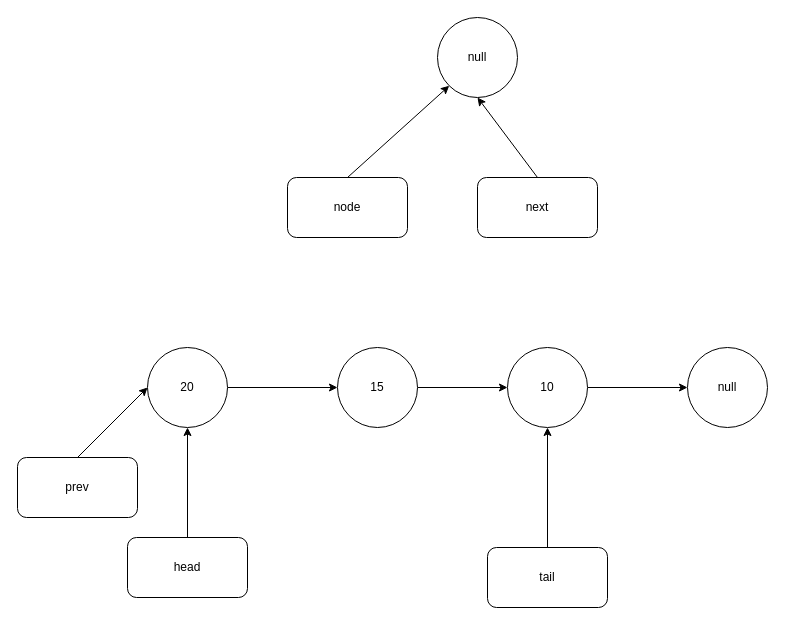
The draw.io diagram public/dataStructure/linkedList.drawio in RHUK2/blog, before the edit. Source tidied: cells renumbered, new cells numbered last; positions are measured from the earlier drawing's top-left corner, leaving out a move shared by most shapes. Both pictures are drawn from the tidied source at 100%, with x=0, y=0 at pixel (17, 17).
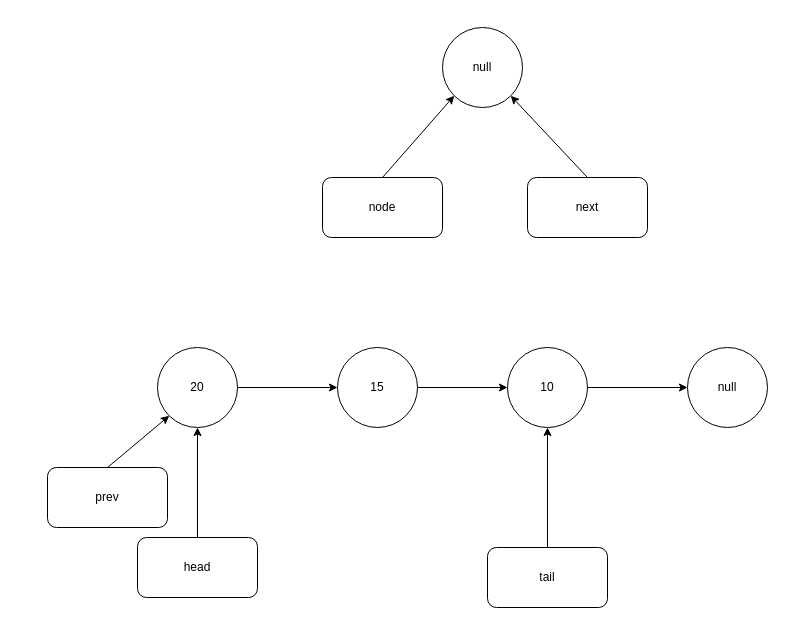
The same page after the edit.

Change to the diagram source:
```diff
@@
 <mxGraphModel>
   <root>
     <mxCell id="0" />
     <mxCell id="1" parent="0" />
     <mxCell id="2" style="edgeStyle=none;html=1;entryX=0;entryY=0.5;entryDx=0;entryDy=0;" parent="1" edge="1" source="3" target="13">
       <mxGeometry relative="1" as="geometry" />
     </mxCell>
     <mxCell id="3" value="10" style="ellipse;whiteSpace=wrap;html=1;" parent="1" vertex="1">
       <mxGeometry x="490" y="330" width="80" height="80" as="geometry" />
     </mxCell>
-    <mxCell id="4" style="edgeStyle=none;html=1;exitX=0.5;exitY=0;exitDx=0;exitDy=0;entryX=0.5;entryY=1;entryDx=0;entryDy=0;" parent="1" edge="1" source="5" target="12">
+    <mxCell id="4" style="edgeStyle=none;html=1;exitX=0.5;exitY=0;exitDx=0;exitDy=0;entryX=1;entryY=1;entryDx=0;entryDy=0;" parent="1" edge="1" source="5" target="12">
       <mxGeometry relative="1" as="geometry" />
     </mxCell>
     <mxCell id="5" value="next" style="rounded=1;whiteSpace=wrap;html=1;" parent="1" vertex="1">
-      <mxGeometry x="460" y="160" width="120" height="60" as="geometry" />
+      <mxGeometry x="510" y="160" width="120" height="60" as="geometry" />
     </mxCell>
-    <mxCell id="6" style="edgeStyle=none;html=1;exitX=0.5;exitY=0;exitDx=0;exitDy=0;entryX=0;entryY=0.5;entryDx=0;entryDy=0;" parent="1" edge="1" source="7" target="11">
+    <mxCell id="6" style="edgeStyle=none;html=1;exitX=0.5;exitY=0;exitDx=0;exitDy=0;entryX=0;entryY=1;entryDx=0;entryDy=0;" parent="1" edge="1" source="7" target="11">
       <mxGeometry relative="1" as="geometry" />
     </mxCell>
     <mxCell id="7" value="prev" style="rounded=1;whiteSpace=wrap;html=1;" parent="1" vertex="1">
-      <mxGeometry y="440" width="120" height="60" as="geometry" />
+      <mxGeometry x="30" y="450" width="120" height="60" as="geometry" />
     </mxCell>
     <mxCell id="8" style="edgeStyle=none;html=1;entryX=0;entryY=0.5;entryDx=0;entryDy=0;exitX=1;exitY=0.5;exitDx=0;exitDy=0;" parent="1" edge="1" source="9" target="3">
       <mxGeometry relative="1" as="geometry" />
     </mxCell>
     <mxCell id="9" value="15" style="ellipse;whiteSpace=wrap;html=1;" parent="1" vertex="1">
       <mxGeometry x="320" y="330" width="80" height="80" as="geometry" />
     </mxCell>
     <mxCell id="10" style="edgeStyle=none;html=1;exitX=1;exitY=0.5;exitDx=0;exitDy=0;entryX=0;entryY=0.5;entryDx=0;entryDy=0;" parent="1" edge="1" source="11" target="9">
       <mxGeometry relative="1" as="geometry" />
     </mxCell>
     <mxCell id="11" value="20" style="ellipse;whiteSpace=wrap;html=1;" parent="1" vertex="1">
-      <mxGeometry x="130" y="330" width="80" height="80" as="geometry" />
+      <mxGeometry x="140" y="330" width="80" height="80" as="geometry" />
     </mxCell>
     <mxCell id="12" value="null" style="ellipse;whiteSpace=wrap;html=1;" parent="1" vertex="1">
-      <mxGeometry x="420" width="80" height="80" as="geometry" />
+      <mxGeometry x="425" y="10" width="80" height="80" as="geometry" />
     </mxCell>
     <mxCell id="13" value="null" style="ellipse;whiteSpace=wrap;html=1;" parent="1" vertex="1">
       <mxGeometry x="670" y="330" width="80" height="80" as="geometry" />
     </mxCell>
     <mxCell id="14" style="edgeStyle=none;html=1;exitX=0.5;exitY=0;exitDx=0;exitDy=0;entryX=0.5;entryY=1;entryDx=0;entryDy=0;" parent="1" edge="1" source="15" target="11">
       <mxGeometry relative="1" as="geometry" />
     </mxCell>
     <mxCell id="15" value="head" style="rounded=1;whiteSpace=wrap;html=1;" parent="1" vertex="1">
-      <mxGeometry x="110" y="520" width="120" height="60" as="geometry" />
+      <mxGeometry x="120" y="520" width="120" height="60" as="geometry" />
     </mxCell>
     <mxCell id="16" style="edgeStyle=none;html=1;exitX=0.5;exitY=0;exitDx=0;exitDy=0;entryX=0;entryY=1;entryDx=0;entryDy=0;" parent="1" edge="1" source="17" target="12">
       <mxGeometry relative="1" as="geometry" />
     </mxCell>
     <mxCell id="17" value="node" style="rounded=1;whiteSpace=wrap;html=1;" parent="1" vertex="1">
-      <mxGeometry x="270" y="160" width="120" height="60" as="geometry" />
+      <mxGeometry x="305" y="160" width="120" height="60" as="geometry" />
     </mxCell>
     <mxCell id="18" style="edgeStyle=none;html=1;exitX=0.5;exitY=0;exitDx=0;exitDy=0;entryX=0.5;entryY=1;entryDx=0;entryDy=0;" parent="1" edge="1" source="19" target="3">
       <mxGeometry relative="1" as="geometry" />
     </mxCell>
     <mxCell id="19" value="tail" style="rounded=1;whiteSpace=wrap;html=1;" parent="1" vertex="1">
       <mxGeometry x="470" y="530" width="120" height="60" as="geometry" />
     </mxCell>
   </root>
 </mxGraphModel>
```
